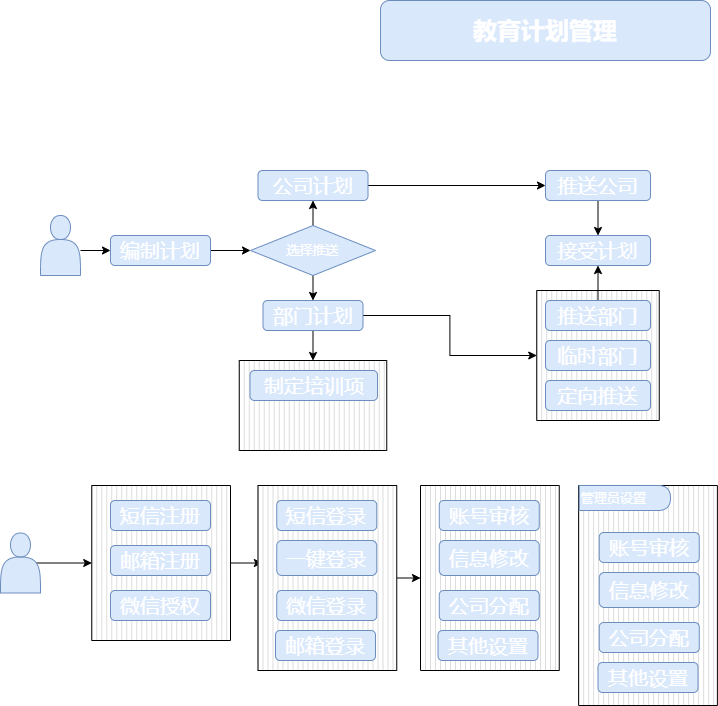
The draw.io diagram Untitled Diagram.drawio.png in lenonjone/Toolkits, before a commit. Source tidied: cells renumbered, new cells last; positions are measured from the earlier drawing's top-left corner, leaving out a move shared by most shapes.
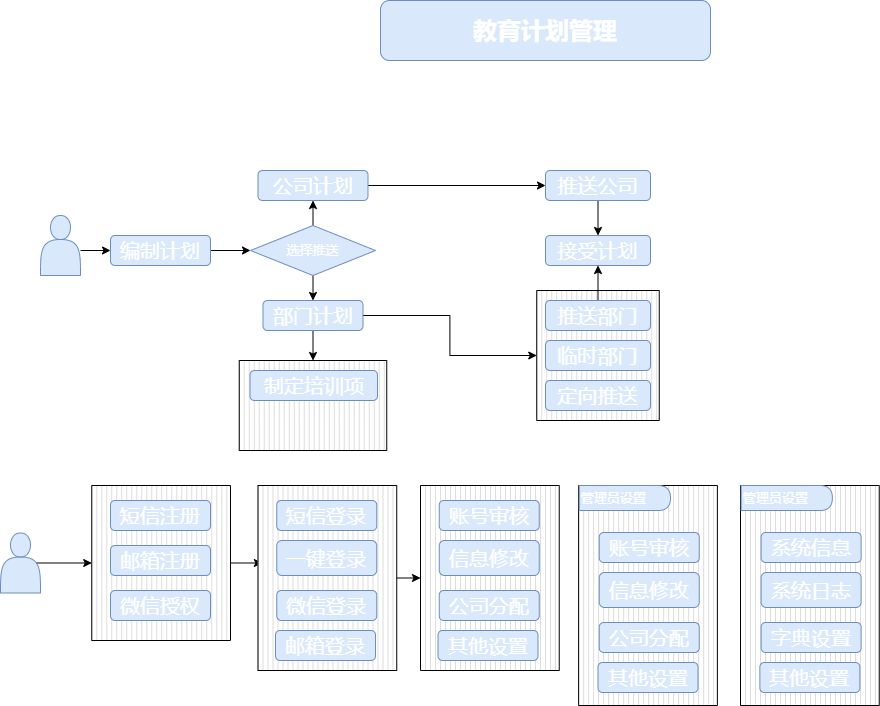
Above is the later version.

Change to the diagram source:
```diff
@@ -145,5 +145,23 @@
     <mxCell id="48" value="管理员设置" style="shape=delay;whiteSpace=wrap;html=1;fontSize=13;align=left;fillColor=#dae8fc;strokeColor=#6c8ebf;fontColor=#FFFFFF;" parent="1" vertex="1">
       <mxGeometry x="578.8" y="485" width="91.2" height="25" as="geometry" />
     </mxCell>
+    <mxCell id="49" style="verticalLabelPosition=bottom;verticalAlign=top;html=1;shape=mxgraph.basic.patternFillRect;fillStyle=vert;step=5;fillStrokeWidth=0.2;fillStrokeColor=#dddddd;fontSize=13;fontColor=#FFFFFF;" parent="1" vertex="1">
+      <mxGeometry x="740" y="485" width="138.8" height="220" as="geometry" />
+    </mxCell>
+    <mxCell id="50" value="系统信息" style="rounded=1;whiteSpace=wrap;html=1;fillColor=#dae8fc;strokeColor=#6c8ebf;fontColor=#FFFFFF;fontStyle=0;fontSize=20;" parent="1" vertex="1">
+      <mxGeometry x="760.6" y="532" width="100" height="30" as="geometry" />
+    </mxCell>
+    <mxCell id="51" value="系统日志" style="rounded=1;whiteSpace=wrap;html=1;fillColor=#dae8fc;strokeColor=#6c8ebf;fontColor=#FFFFFF;fontStyle=0;fontSize=20;" parent="1" vertex="1">
+      <mxGeometry x="760.6" y="572" width="100" height="35" as="geometry" />
+    </mxCell>
+    <mxCell id="52" value="字典设置" style="rounded=1;whiteSpace=wrap;html=1;fillColor=#dae8fc;strokeColor=#6c8ebf;fontColor=#FFFFFF;fontStyle=0;fontSize=20;" parent="1" vertex="1">
+      <mxGeometry x="760.6" y="622" width="100" height="30" as="geometry" />
+    </mxCell>
+    <mxCell id="53" value="其他设置" style="rounded=1;whiteSpace=wrap;html=1;fillColor=#dae8fc;strokeColor=#6c8ebf;fontColor=#FFFFFF;fontStyle=0;fontSize=20;" parent="1" vertex="1">
+      <mxGeometry x="759.4" y="662" width="100" height="30" as="geometry" />
+    </mxCell>
+    <mxCell id="54" value="管理员设置" style="shape=delay;whiteSpace=wrap;html=1;fontSize=13;align=left;fillColor=#dae8fc;strokeColor=#6c8ebf;fontColor=#FFFFFF;" parent="1" vertex="1">
+      <mxGeometry x="740.6" y="485" width="91.2" height="25" as="geometry" />
+    </mxCell>
   </root>
 </mxGraphModel>
```
